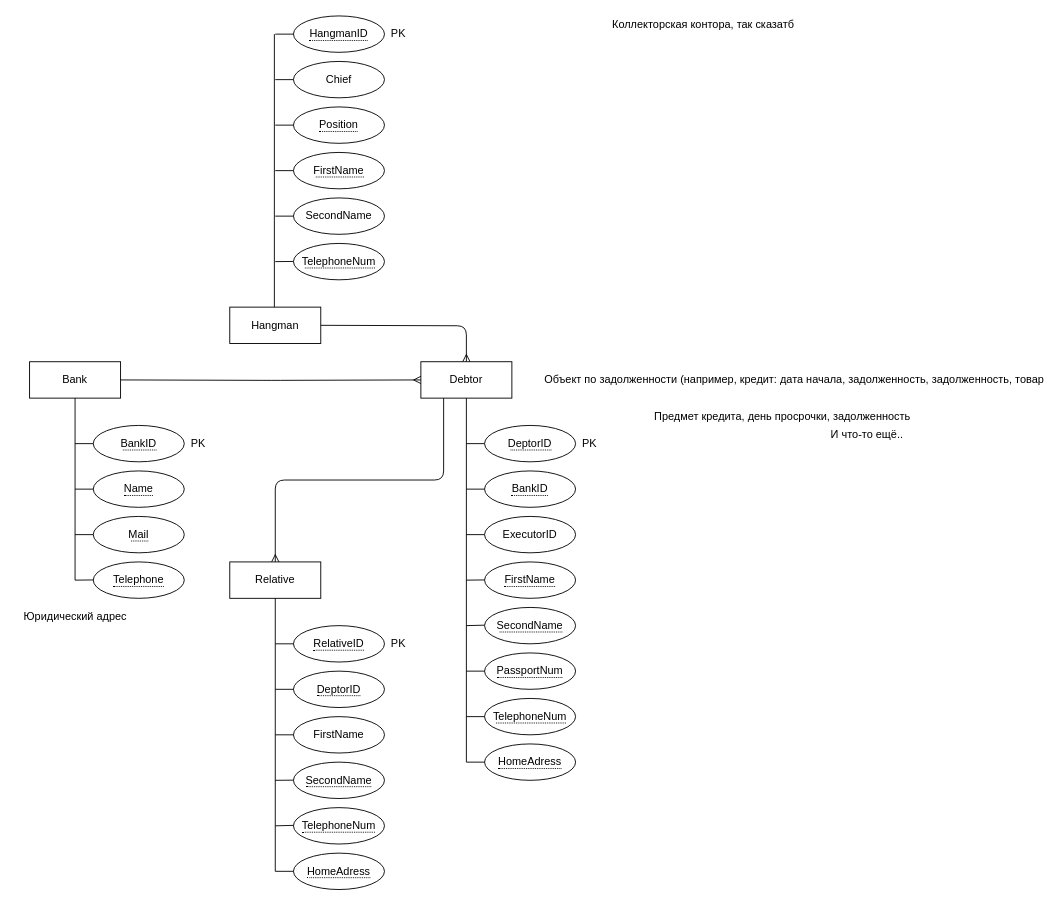
TheSawIsTheLaw/DataBases keeps this draw.io diagram as page "Page-2" (1 of 2) of lab_01/BD_ER.drawio. Above is the earlier version. Source tidied: cells renumbered, new cells numbered last; positions are measured from the earlier drawing's top-left corner, leaving out a move shared by most shapes. Both pictures are drawn from the tidied source at 91%, with x=0, y=0 at pixel (15, 15).
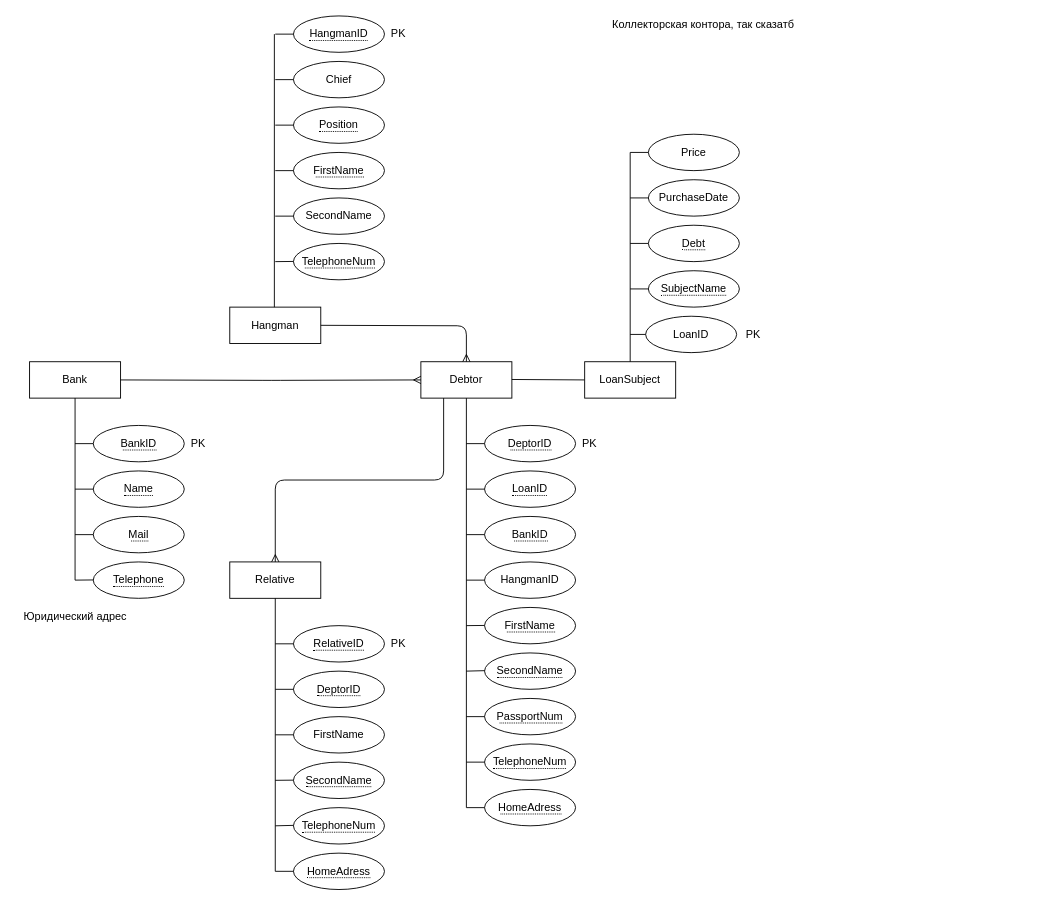
After the change.

Unchanged cells that the change refers to:
```xml
<mxCell id="16" value="Debtor" style="whiteSpace=wrap;html=1;align=center;" parent="1" vertex="1">
  <mxGeometry x="445" y="380" width="100" height="40" as="geometry" />
</mxCell>
```

The edit, as a diff of the source:
```diff
@@
-    <mxCell id="17" value="&lt;span style=&quot;border-bottom: 1px dotted&quot;&gt;DeptorID&lt;/span&gt;" style="ellipse;whiteSpace=wrap;html=1;align=center;" parent="1" vertex="1">
-      <mxGeometry x="515" y="450" width="100" height="40" as="geometry" />
+    <mxCell id="17" value="&lt;span style=&quot;border-bottom: 1px dotted&quot;&gt;LoanID&lt;/span&gt;" style="ellipse;whiteSpace=wrap;html=1;align=center;" parent="1" vertex="1">
+      <mxGeometry x="515" y="500" width="100" height="40" as="geometry" />
     </mxCell>
     <mxCell id="18" value="&lt;span style=&quot;border-bottom: 1px dotted&quot;&gt;BankID&lt;/span&gt;" style="ellipse;whiteSpace=wrap;html=1;align=center;" parent="1" vertex="1">
-      <mxGeometry x="515" y="500" width="100" height="40" as="geometry" />
+      <mxGeometry x="515" y="550" width="100" height="40" as="geometry" />
     </mxCell>
-    <mxCell id="19" value="ExecutorID" style="ellipse;whiteSpace=wrap;html=1;align=center;" parent="1" vertex="1">
-      <mxGeometry x="515" y="550" width="100" height="40" as="geometry" />
+    <mxCell id="19" value="HangmanID" style="ellipse;whiteSpace=wrap;html=1;align=center;" parent="1" vertex="1">
+      <mxGeometry x="515" y="600" width="100" height="40" as="geometry" />
     </mxCell>
     <mxCell id="20" value="&lt;span style=&quot;border-bottom: 1px dotted&quot;&gt;FirstName&lt;/span&gt;" style="ellipse;whiteSpace=wrap;html=1;align=center;" parent="1" vertex="1">
-      <mxGeometry x="515" y="600" width="100" height="40" as="geometry" />
+      <mxGeometry x="515" y="650" width="100" height="40" as="geometry" />
     </mxCell>
     <mxCell id="21" value="&lt;span style=&quot;border-bottom: 1px dotted&quot;&gt;SecondName&lt;/span&gt;" style="ellipse;whiteSpace=wrap;html=1;align=center;" parent="1" vertex="1">
-      <mxGeometry x="515" y="650" width="100" height="40" as="geometry" />
+      <mxGeometry x="515" y="700" width="100" height="40" as="geometry" />
     </mxCell>
     <mxCell id="22" value="&lt;span style=&quot;border-bottom: 1px dotted&quot;&gt;PassportNum&lt;/span&gt;" style="ellipse;whiteSpace=wrap;html=1;align=center;" parent="1" vertex="1">
-      <mxGeometry x="515" y="700" width="100" height="40" as="geometry" />
+      <mxGeometry x="515" y="750" width="100" height="40" as="geometry" />
     </mxCell>
@@
     <mxCell id="24" value="&lt;span style=&quot;border-bottom: 1px dotted&quot;&gt;TelephoneNum&lt;/span&gt;" style="ellipse;whiteSpace=wrap;html=1;align=center;" parent="1" vertex="1">
-      <mxGeometry x="515" y="750" width="100" height="40" as="geometry" />
+      <mxGeometry x="515" y="800" width="100" height="40" as="geometry" />
     </mxCell>
     <mxCell id="25" value="&lt;span style=&quot;border-bottom: 1px dotted&quot;&gt;HomeAdress&lt;/span&gt;" style="ellipse;whiteSpace=wrap;html=1;align=center;" parent="1" vertex="1">
-      <mxGeometry x="515" y="800" width="100" height="40" as="geometry" />
+      <mxGeometry x="515" y="850" width="100" height="40" as="geometry" />
     </mxCell>
     <mxCell id="26" style="endArrow=none;html=1;rounded=0;exitX=0.5;exitY=1;exitDx=0;exitDy=0;" parent="1" edge="1" source="16">
       <mxGeometry relative="1" as="geometry">
-        <mxPoint x="495" y="820" as="targetPoint" />
+        <mxPoint x="495" y="870" as="targetPoint" />
       </mxGeometry>
     </mxCell>
     <mxCell id="27" style="endArrow=none;html=1;rounded=0;exitX=0;exitY=0.5;exitDx=0;exitDy=0;" parent="1" edge="1" source="17">
       <mxGeometry relative="1" as="geometry">
-        <mxPoint x="495" y="470" as="targetPoint" />
+        <mxPoint x="495" y="520" as="targetPoint" />
       </mxGeometry>
     </mxCell>
     <mxCell id="28" style="endArrow=none;html=1;rounded=0;exitX=0;exitY=0.5;exitDx=0;exitDy=0;" parent="1" edge="1" source="18">
       <mxGeometry relative="1" as="geometry">
-        <mxPoint x="495" y="520" as="targetPoint" />
+        <mxPoint x="495" y="570" as="targetPoint" />
       </mxGeometry>
     </mxCell>
     <mxCell id="29" style="endArrow=none;html=1;rounded=0;exitX=0;exitY=0.5;exitDx=0;exitDy=0;" parent="1" edge="1" source="19">
       <mxGeometry relative="1" as="geometry">
-        <mxPoint x="495" y="570" as="targetPoint" />
+        <mxPoint x="495" y="620" as="targetPoint" />
       </mxGeometry>
     </mxCell>
     <mxCell id="30" style="endArrow=none;html=1;rounded=0;exitX=0;exitY=0.5;exitDx=0;exitDy=0;" parent="1" edge="1">
       <mxGeometry relative="1" as="geometry">
-        <mxPoint x="515" y="619.8" as="sourcePoint" />
-        <mxPoint x="495" y="620" as="targetPoint" />
+        <mxPoint x="515" y="669.8" as="sourcePoint" />
+        <mxPoint x="495" y="670" as="targetPoint" />
       </mxGeometry>
     </mxCell>
     <mxCell id="31" style="endArrow=none;html=1;rounded=0;exitX=0;exitY=0.5;exitDx=0;exitDy=0;" parent="1" edge="1">
       <mxGeometry relative="1" as="geometry">
-        <mxPoint x="515" y="669.5" as="sourcePoint" />
-        <mxPoint x="495" y="670" as="targetPoint" />
+        <mxPoint x="515" y="719.5" as="sourcePoint" />
+        <mxPoint x="495" y="720" as="targetPoint" />
       </mxGeometry>
     </mxCell>
     <mxCell id="32" style="endArrow=none;html=1;rounded=0;exitX=0;exitY=0.5;exitDx=0;exitDy=0;" parent="1" edge="1">
       <mxGeometry relative="1" as="geometry">
-        <mxPoint x="515" y="720" as="sourcePoint" />
-        <mxPoint x="495" y="720" as="targetPoint" />
+        <mxPoint x="515" y="770" as="sourcePoint" />
+        <mxPoint x="495" y="770" as="targetPoint" />
       </mxGeometry>
     </mxCell>
     <mxCell id="33" style="endArrow=none;html=1;rounded=0;exitX=0;exitY=0.5;exitDx=0;exitDy=0;" parent="1" edge="1">
       <mxGeometry relative="1" as="geometry">
-        <mxPoint x="515" y="770" as="sourcePoint" />
-        <mxPoint x="495" y="770" as="targetPoint" />
+        <mxPoint x="515" y="820" as="sourcePoint" />
+        <mxPoint x="495" y="820" as="targetPoint" />
       </mxGeometry>
     </mxCell>
     <mxCell id="34" style="endArrow=none;html=1;rounded=0;exitX=0;exitY=0.5;exitDx=0;exitDy=0;" parent="1" edge="1">
       <mxGeometry relative="1" as="geometry">
-        <mxPoint x="515" y="820" as="sourcePoint" />
-        <mxPoint x="495" y="820" as="targetPoint" />
+        <mxPoint x="515" y="870" as="sourcePoint" />
+        <mxPoint x="495" y="870" as="targetPoint" />
       </mxGeometry>
     </mxCell>
@@
-    <mxCell id="62" value="Объект по задолженности (например, кредит: дата начала, задолженность, задолженность, товар" style="text;html=1;align=center;verticalAlign=middle;" parent="1" vertex="1">
-      <mxGeometry x="575" y="390" width="560" height="20" as="geometry" />
-    </mxCell>
@@
-    <mxCell id="68" value="Предмет кредита, день просрочки, задолженность" style="text;html=1;align=center;verticalAlign=middle;" parent="1" vertex="1">
-      <mxGeometry x="692" y="430" width="300" height="20" as="geometry" />
-    </mxCell>
-    <mxCell id="69" value="И что-то ещё.." style="text;html=1;align=center;verticalAlign=middle;" parent="1" vertex="1">
-      <mxGeometry x="885" y="450" width="100" height="20" as="geometry" />
-    </mxCell>
+    <mxCell id="70" style="endArrow=none;html=1;rounded=0;" parent="1" edge="1">
+      <mxGeometry relative="1" as="geometry">
+        <mxPoint x="625" y="400" as="sourcePoint" />
+        <mxPoint x="545" y="399.5" as="targetPoint" />
+      </mxGeometry>
+    </mxCell>
+    <mxCell id="71" value="LoanSubject" style="whiteSpace=wrap;html=1;align=center;" parent="1" vertex="1">
+      <mxGeometry x="625" y="380" width="100" height="40" as="geometry" />
+    </mxCell>
+    <mxCell id="72" style="endArrow=none;html=1;rounded=0;" parent="1" edge="1">
+      <mxGeometry relative="1" as="geometry">
+        <mxPoint x="675" y="150" as="sourcePoint" />
+        <mxPoint x="675" y="380" as="targetPoint" />
+      </mxGeometry>
+    </mxCell>
+    <mxCell id="73" value="&lt;span style=&quot;border-bottom: 1px dotted&quot;&gt;SubjectName&lt;/span&gt;" style="ellipse;whiteSpace=wrap;html=1;align=center;" parent="1" vertex="1">
+      <mxGeometry x="695" y="280" width="100" height="40" as="geometry" />
+    </mxCell>
+    <mxCell id="74" style="endArrow=none;html=1;rounded=0;exitX=0;exitY=0.5;exitDx=0;exitDy=0;" parent="1" edge="1" source="73">
+      <mxGeometry relative="1" as="geometry">
+        <mxPoint x="675" y="300" as="targetPoint" />
+      </mxGeometry>
+    </mxCell>
+    <mxCell id="75" value="PK" style="text;html=1;align=center;verticalAlign=middle;" parent="1" vertex="1">
+      <mxGeometry x="795" y="340" width="30" height="20" as="geometry" />
+    </mxCell>
+    <mxCell id="76" value="&lt;span style=&quot;border-bottom: 1px dotted&quot;&gt;Debt&lt;/span&gt;" style="ellipse;whiteSpace=wrap;html=1;align=center;" parent="1" vertex="1">
+      <mxGeometry x="695" y="230" width="100" height="40" as="geometry" />
+    </mxCell>
+    <mxCell id="77" style="endArrow=none;html=1;rounded=0;exitX=0;exitY=0.5;exitDx=0;exitDy=0;" parent="1" edge="1" source="76">
+      <mxGeometry relative="1" as="geometry">
+        <mxPoint x="675" y="250" as="targetPoint" />
+      </mxGeometry>
+    </mxCell>
+    <mxCell id="78" value="PurchaseDate" style="ellipse;whiteSpace=wrap;html=1;align=center;" parent="1" vertex="1">
+      <mxGeometry x="695" y="180" width="100" height="40" as="geometry" />
+    </mxCell>
+    <mxCell id="79" style="endArrow=none;html=1;rounded=0;exitX=0;exitY=0.5;exitDx=0;exitDy=0;" parent="1" edge="1" source="78">
+      <mxGeometry relative="1" as="geometry">
+        <mxPoint x="675" y="200" as="targetPoint" />
+      </mxGeometry>
+    </mxCell>
+    <mxCell id="80" value="Price" style="ellipse;whiteSpace=wrap;html=1;align=center;" parent="1" vertex="1">
+      <mxGeometry x="695" y="130" width="100" height="40" as="geometry" />
+    </mxCell>
+    <mxCell id="81" style="endArrow=none;html=1;rounded=0;exitX=0;exitY=0.5;exitDx=0;exitDy=0;" parent="1" edge="1" source="80">
+      <mxGeometry relative="1" as="geometry">
+        <mxPoint x="675" y="150" as="targetPoint" />
+      </mxGeometry>
+    </mxCell>
+    <mxCell id="82" value="LoanID" style="ellipse;whiteSpace=wrap;html=1;align=center;" parent="1" vertex="1">
+      <mxGeometry x="692" y="330" width="100" height="40" as="geometry" />
+    </mxCell>
+    <mxCell id="83" style="endArrow=none;html=1;rounded=0;exitX=0;exitY=0.5;exitDx=0;exitDy=0;" parent="1" edge="1" source="82">
+      <mxGeometry relative="1" as="geometry">
+        <mxPoint x="675" y="350" as="targetPoint" />
+      </mxGeometry>
+    </mxCell>
+    <mxCell id="84" value="&lt;span style=&quot;border-bottom: 1px dotted&quot;&gt;DeptorID&lt;/span&gt;" style="ellipse;whiteSpace=wrap;html=1;align=center;" parent="1" vertex="1">
+      <mxGeometry x="515" y="450" width="100" height="40" as="geometry" />
+    </mxCell>
+    <mxCell id="85" style="endArrow=none;html=1;rounded=0;exitX=0;exitY=0.5;exitDx=0;exitDy=0;" parent="1" edge="1" source="84">
+      <mxGeometry relative="1" as="geometry">
+        <mxPoint x="495" y="470" as="targetPoint" />
+      </mxGeometry>
+    </mxCell>
```
